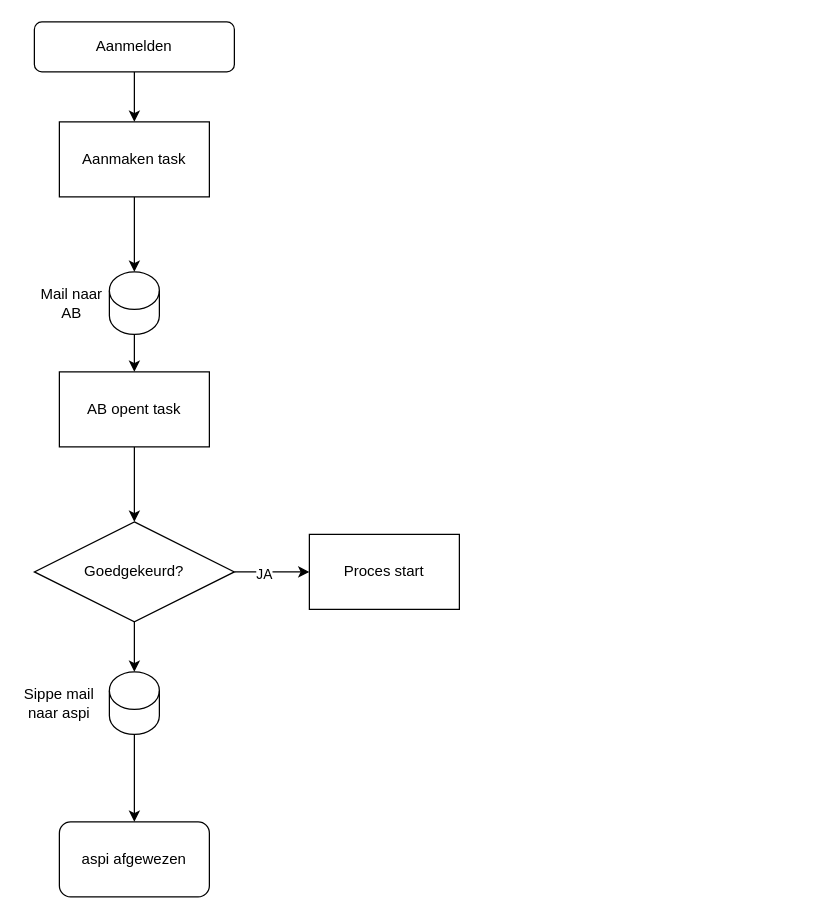
This is docs/drawio/user-create-flow.drawio from Loefbijter/loefsys, a draw.io file, before an edit. Source tidied: cells renumbered, new cells numbered last; positions are measured from the earlier drawing's top-left corner, leaving out a move shared by most shapes. Both pictures are drawn from the tidied source at 125%, with x=0, y=0 at pixel (21, 21).
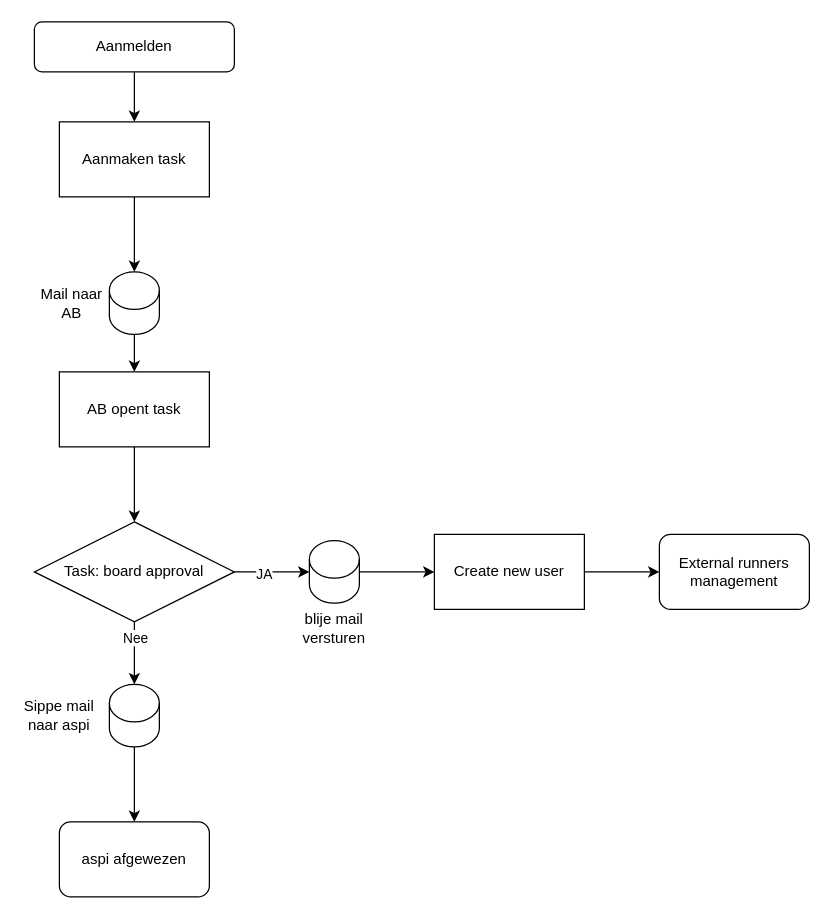
The same page after the edit.

Unchanged cells that the change refers to:
```xml
<mxCell id="19" style="edgeStyle=orthogonalEdgeStyle;rounded=0;jettySize=auto;html=1;entryX=0.5;entryY=0;entryDx=0;entryDy=0;entryPerimeter=0;" parent="1" edge="1" source="6" target="17">
  <mxGeometry relative="1" as="geometry" />
</mxCell>
```

Diff of the diagram source:
```diff
@@
-    <mxCell id="6" value="Goedgekeurd?" style="rhombus;whiteSpace=wrap;html=1;" parent="1" vertex="1">
+    <mxCell id="6" value="Task: board approval" style="rhombus;whiteSpace=wrap;html=1;" parent="1" vertex="1">
       <mxGeometry x="10" y="400" width="160" height="80" as="geometry" />
     </mxCell>
@@
+    <mxCell id="20" style="edgeStyle=orthogonalEdgeStyle;rounded=0;jettySize=auto;html=1;" parent="1" edge="1" source="14">
+      <mxGeometry relative="1" as="geometry">
+        <mxPoint x="510" y="440" as="targetPoint" />
+      </mxGeometry>
+    </mxCell>
-    <mxCell id="14" value="Proces start" style="rounded=0;whiteSpace=wrap;html=1;" parent="1" vertex="1">
-      <mxGeometry x="230" y="410" width="120" height="60" as="geometry" />
+    <mxCell id="14" value="Create new user" style="rounded=0;whiteSpace=wrap;html=1;" parent="1" vertex="1">
+      <mxGeometry x="330" y="410" width="120" height="60" as="geometry" />
     </mxCell>
@@
     <mxCell id="17" style="shape=cylinder3;whiteSpace=wrap;html=1;boundedLbl=1;backgroundOutline=1;size=15;" parent="1" vertex="1">
-      <mxGeometry x="70" y="520" width="40" height="50" as="geometry" />
+      <mxGeometry x="70" y="530" width="40" height="50" as="geometry" />
     </mxCell>
     <mxCell id="18" value="Sippe mail naar aspi" style="text;html=1;align=center;verticalAlign=middle;whiteSpace=wrap;rounded=0;" parent="1" vertex="1">
-      <mxGeometry y="530" width="60" height="30" as="geometry" />
+      <mxGeometry y="540" width="60" height="30" as="geometry" />
     </mxCell>
@@
+    <mxCell id="21" value="Nee" style="edgeLabel;html=1;align=center;verticalAlign=middle;" parent="19" vertex="1">
+      <mxGeometry x="-0.54" relative="1" as="geometry" />
+    </mxCell>
+    <mxCell id="22" style="edgeStyle=orthogonalEdgeStyle;rounded=0;jettySize=auto;html=1;entryX=0;entryY=0.5;entryDx=0;entryDy=0;" parent="1" edge="1" source="23" target="14">
+      <mxGeometry relative="1" as="geometry" />
+    </mxCell>
+    <mxCell id="23" style="shape=cylinder3;whiteSpace=wrap;html=1;boundedLbl=1;backgroundOutline=1;size=15;" parent="1" vertex="1">
+      <mxGeometry x="230" y="415" width="40" height="50" as="geometry" />
+    </mxCell>
+    <mxCell id="24" value="blije mail versturen" style="text;html=1;align=center;verticalAlign=middle;whiteSpace=wrap;rounded=0;" parent="1" vertex="1">
+      <mxGeometry x="220" y="470" width="60" height="30" as="geometry" />
+    </mxCell>
+    <mxCell id="25" value="&lt;div&gt;External runners management&lt;/div&gt;" style="rounded=1;whiteSpace=wrap;html=1;" parent="1" vertex="1">
+      <mxGeometry x="510" y="410" width="120" height="60" as="geometry" />
+    </mxCell>
```
